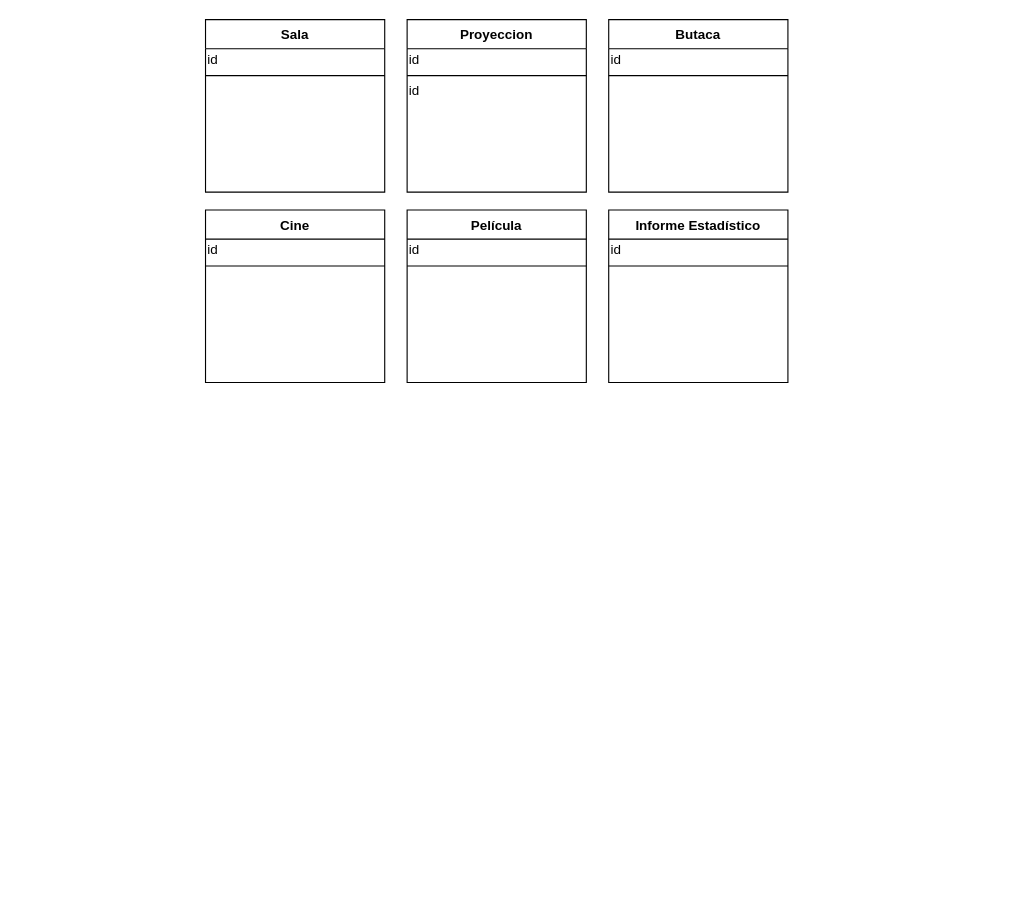
Above: TP3/Diagramas/Clases/DiagramaClases.drawio in mauro7x/aninfo (draw.io), before the change. Source tidied: cells renumbered, new cells numbered last; positions are measured from the earlier drawing's top-left corner, leaving out a move shared by most shapes. Both pictures are drawn from the tidied source at 112%, with x=0, y=0 at pixel (205, 19).
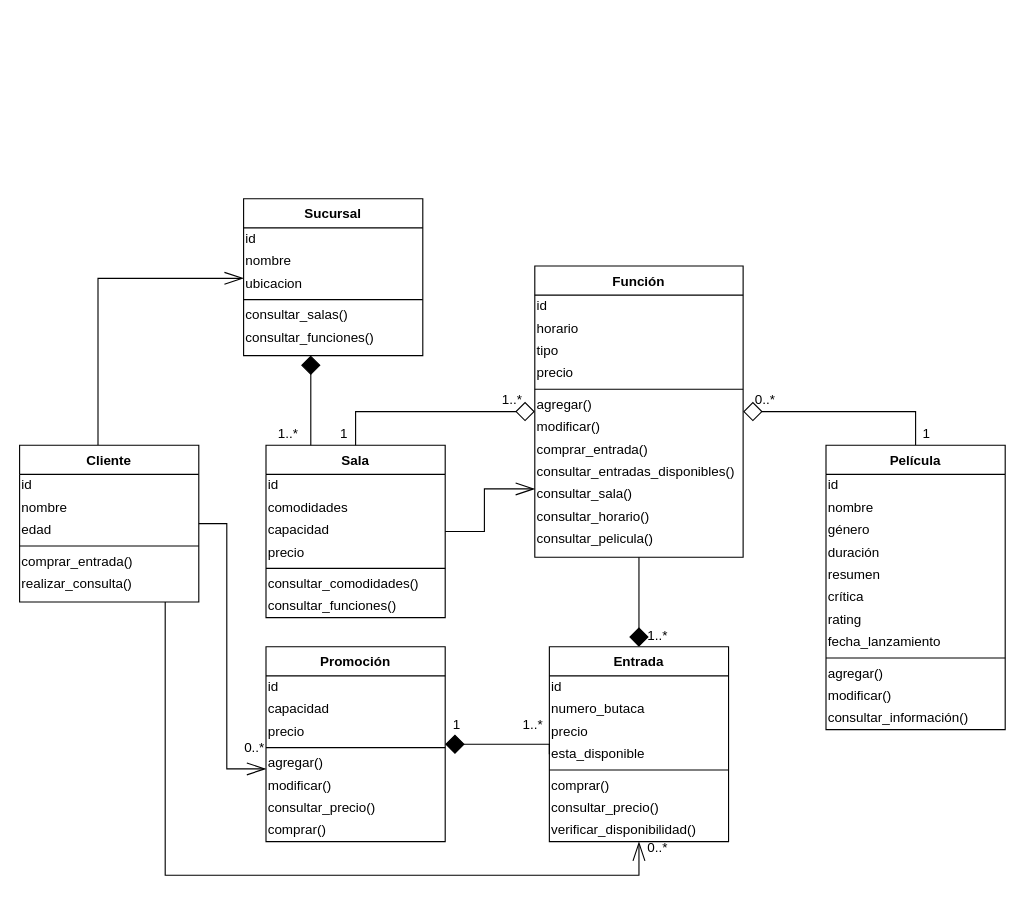
The same page after the edit.

Commit message (it also covers changes not shown here):
adds class diagram

What changed in the source:
```diff
@@
+    <mxCell id="21" style="edgeStyle=orthogonalEdgeStyle;rounded=0;jettySize=auto;html=1;entryX=0;entryY=0.25;entryDx=0;entryDy=0;startArrow=none;startFill=0;startSize=15;endArrow=openThin;endFill=0;endSize=15;" parent="1" edge="1" source="2" target="37">
+      <mxGeometry relative="1" as="geometry" />
+    </mxCell>
     <mxCell id="2" value="Sala" style="swimlane;fontStyle=1;align=center;verticalAlign=top;horizontal=1;startSize=26;rounded=0;shadow=0;strokeWidth=1;" parent="1" vertex="1">
-      <mxGeometry width="160" height="154" as="geometry" />
+      <mxGeometry x="54" y="380" width="160" height="154" as="geometry" />
     </mxCell>
-    <mxCell id="3" value="id" style="text;html=1;strokeColor=none;fillColor=none;align=left;verticalAlign=middle;whiteSpace=wrap;rounded=0;" parent="2" vertex="1">
+    <mxCell id="3" value="id&lt;br&gt;" style="text;html=1;strokeColor=none;fillColor=none;align=left;verticalAlign=middle;whiteSpace=wrap;rounded=0;" parent="2" vertex="1">
       <mxGeometry y="26" width="160" height="20" as="geometry" />
     </mxCell>
+    <mxCell id="22" value="comodidades" style="text;html=1;strokeColor=none;fillColor=none;align=left;verticalAlign=middle;whiteSpace=wrap;rounded=0;" parent="2" vertex="1">
+      <mxGeometry y="46" width="160" height="20" as="geometry" />
+    </mxCell>
+    <mxCell id="23" value="capacidad" style="text;html=1;strokeColor=none;fillColor=none;align=left;verticalAlign=middle;whiteSpace=wrap;rounded=0;" parent="2" vertex="1">
+      <mxGeometry y="66" width="160" height="20" as="geometry" />
+    </mxCell>
+    <mxCell id="24" value="precio" style="text;html=1;strokeColor=none;fillColor=none;align=left;verticalAlign=middle;whiteSpace=wrap;rounded=0;" parent="2" vertex="1">
+      <mxGeometry y="86" width="160" height="20" as="geometry" />
+    </mxCell>
     <mxCell id="4" style="line;html=1;strokeWidth=1;align=left;verticalAlign=middle;spacingTop=-1;spacingLeft=3;spacingRight=3;labelPosition=right;" parent="2" vertex="1">
-      <mxGeometry y="46" width="160" height="8" as="geometry" />
+      <mxGeometry y="106" width="160" height="8" as="geometry" />
     </mxCell>
+    <mxCell id="25" value="consultar_comodidades()" style="text;html=1;strokeColor=none;fillColor=none;align=left;verticalAlign=middle;whiteSpace=wrap;rounded=0;" parent="2" vertex="1">
+      <mxGeometry y="114" width="160" height="20" as="geometry" />
+    </mxCell>
+    <mxCell id="26" value="consultar_funciones()" style="text;html=1;strokeColor=none;fillColor=none;align=left;verticalAlign=middle;whiteSpace=wrap;rounded=0;" parent="2" vertex="1">
+      <mxGeometry y="134" width="160" height="20" as="geometry" />
+    </mxCell>
+    <mxCell id="27" style="edgeStyle=orthogonalEdgeStyle;rounded=0;jettySize=auto;html=1;entryX=0.5;entryY=0;entryDx=0;entryDy=0;startArrow=diamond;startFill=0;endArrow=none;endFill=0;endSize=8;startSize=15;" parent="1" edge="1" source="5" target="2">
+      <mxGeometry relative="1" as="geometry" />
+    </mxCell>
+    <mxCell id="28" style="edgeStyle=orthogonalEdgeStyle;rounded=0;jettySize=auto;html=1;entryX=0.5;entryY=0;entryDx=0;entryDy=0;startArrow=diamond;startFill=0;startSize=15;endArrow=none;endFill=0;endSize=8;" parent="1" edge="1" source="5" target="15">
+      <mxGeometry relative="1" as="geometry" />
+    </mxCell>
+    <mxCell id="29" style="edgeStyle=orthogonalEdgeStyle;rounded=0;jettySize=auto;html=1;entryX=0.5;entryY=0;entryDx=0;entryDy=0;startArrow=none;startFill=0;startSize=15;endArrow=diamond;endFill=1;endSize=15;" parent="1" edge="1" source="5" target="9">
+      <mxGeometry relative="1" as="geometry" />
+    </mxCell>
-    <mxCell id="5" value="Proyeccion" style="swimlane;fontStyle=1;align=center;verticalAlign=top;horizontal=1;startSize=26;rounded=0;shadow=0;strokeWidth=1;" parent="1" vertex="1">
-      <mxGeometry x="180" width="160" height="154" as="geometry" />
+    <mxCell id="5" value="Función" style="swimlane;fontStyle=1;align=center;verticalAlign=top;horizontal=1;startSize=26;rounded=0;shadow=0;strokeWidth=1;" parent="1" vertex="1">
+      <mxGeometry x="294" y="220" width="186" height="260" as="geometry" />
     </mxCell>
     <mxCell id="6" value="id" style="text;html=1;strokeColor=none;fillColor=none;align=left;verticalAlign=middle;whiteSpace=wrap;rounded=0;" parent="5" vertex="1">
-      <mxGeometry y="26" width="160" height="20" as="geometry" />
+      <mxGeometry y="26" width="186" height="20" as="geometry" />
     </mxCell>
+    <mxCell id="30" value="horario" style="text;html=1;strokeColor=none;fillColor=none;align=left;verticalAlign=middle;whiteSpace=wrap;rounded=0;" parent="5" vertex="1">
+      <mxGeometry y="46" width="186" height="20" as="geometry" />
+    </mxCell>
+    <mxCell id="31" value="tipo" style="text;html=1;strokeColor=none;fillColor=none;align=left;verticalAlign=middle;whiteSpace=wrap;rounded=0;" parent="5" vertex="1">
+      <mxGeometry y="66" width="186" height="20" as="geometry" />
+    </mxCell>
+    <mxCell id="32" value="precio" style="text;html=1;strokeColor=none;fillColor=none;align=left;verticalAlign=middle;whiteSpace=wrap;rounded=0;" parent="5" vertex="1">
+      <mxGeometry y="86" width="186" height="20" as="geometry" />
+    </mxCell>
     <mxCell id="7" style="line;html=1;strokeWidth=1;align=left;verticalAlign=middle;spacingTop=-1;spacingLeft=3;spacingRight=3;labelPosition=right;" parent="5" vertex="1">
-      <mxGeometry y="46" width="160" height="8" as="geometry" />
+      <mxGeometry y="106" width="186" height="8" as="geometry" />
     </mxCell>
-    <mxCell id="8" value="id" style="text;html=1;strokeColor=none;fillColor=none;align=left;verticalAlign=middle;whiteSpace=wrap;rounded=0;" parent="5" vertex="1">
-      <mxGeometry y="54" width="160" height="20" as="geometry" />
-    </mxCell>
+    <mxCell id="33" value="agregar()" style="text;html=1;strokeColor=none;fillColor=none;align=left;verticalAlign=middle;whiteSpace=wrap;rounded=0;" parent="5" vertex="1">
+      <mxGeometry y="114" width="186" height="20" as="geometry" />
+    </mxCell>
+    <mxCell id="34" value="modificar()" style="text;html=1;strokeColor=none;fillColor=none;align=left;verticalAlign=middle;whiteSpace=wrap;rounded=0;" parent="5" vertex="1">
+      <mxGeometry y="134" width="186" height="20" as="geometry" />
+    </mxCell>
+    <mxCell id="35" value="comprar_entrada()" style="text;html=1;strokeColor=none;fillColor=none;align=left;verticalAlign=middle;whiteSpace=wrap;rounded=0;" parent="5" vertex="1">
+      <mxGeometry y="154" width="186" height="20" as="geometry" />
+    </mxCell>
+    <mxCell id="36" value="consultar_entradas_disponibles()" style="text;html=1;strokeColor=none;fillColor=none;align=left;verticalAlign=middle;whiteSpace=wrap;rounded=0;" parent="5" vertex="1">
+      <mxGeometry y="174" width="186" height="20" as="geometry" />
+    </mxCell>
+    <mxCell id="37" value="consultar_sala()" style="text;html=1;strokeColor=none;fillColor=none;align=left;verticalAlign=middle;whiteSpace=wrap;rounded=0;" parent="5" vertex="1">
+      <mxGeometry y="194" width="186" height="20" as="geometry" />
+    </mxCell>
+    <mxCell id="38" value="consultar_horario()" style="text;html=1;strokeColor=none;fillColor=none;align=left;verticalAlign=middle;whiteSpace=wrap;rounded=0;" parent="5" vertex="1">
+      <mxGeometry y="214" width="186" height="20" as="geometry" />
+    </mxCell>
+    <mxCell id="39" value="consultar_pelicula()" style="text;html=1;strokeColor=none;fillColor=none;align=left;verticalAlign=middle;whiteSpace=wrap;rounded=0;" parent="5" vertex="1">
+      <mxGeometry y="234" width="186" height="20" as="geometry" />
+    </mxCell>
-    <mxCell id="9" value="Butaca" style="swimlane;fontStyle=1;align=center;verticalAlign=top;horizontal=1;startSize=26;rounded=0;shadow=0;strokeWidth=1;" parent="1" vertex="1">
-      <mxGeometry x="360" width="160" height="154" as="geometry" />
+    <mxCell id="9" value="Entrada" style="swimlane;fontStyle=1;align=center;verticalAlign=top;horizontal=1;startSize=26;rounded=0;shadow=0;strokeWidth=1;" parent="1" vertex="1">
+      <mxGeometry x="307" y="560" width="160" height="174" as="geometry" />
     </mxCell>
@@
+    <mxCell id="40" value="numero_butaca" style="text;html=1;strokeColor=none;fillColor=none;align=left;verticalAlign=middle;whiteSpace=wrap;rounded=0;" parent="9" vertex="1">
+      <mxGeometry y="46" width="160" height="20" as="geometry" />
+    </mxCell>
+    <mxCell id="41" value="precio" style="text;html=1;strokeColor=none;fillColor=none;align=left;verticalAlign=middle;whiteSpace=wrap;rounded=0;" parent="9" vertex="1">
+      <mxGeometry y="66" width="160" height="20" as="geometry" />
+    </mxCell>
+    <mxCell id="42" value="esta_disponible" style="text;html=1;strokeColor=none;fillColor=none;align=left;verticalAlign=middle;whiteSpace=wrap;rounded=0;" parent="9" vertex="1">
+      <mxGeometry y="86" width="160" height="20" as="geometry" />
+    </mxCell>
     <mxCell id="11" style="line;html=1;strokeWidth=1;align=left;verticalAlign=middle;spacingTop=-1;spacingLeft=3;spacingRight=3;labelPosition=right;" parent="9" vertex="1">
-      <mxGeometry y="46" width="160" height="8" as="geometry" />
+      <mxGeometry y="106" width="160" height="8" as="geometry" />
     </mxCell>
+    <mxCell id="43" value="comprar()" style="text;html=1;strokeColor=none;fillColor=none;align=left;verticalAlign=middle;whiteSpace=wrap;rounded=0;" parent="9" vertex="1">
+      <mxGeometry y="114" width="160" height="20" as="geometry" />
+    </mxCell>
+    <mxCell id="44" value="consultar_precio()" style="text;html=1;strokeColor=none;fillColor=none;align=left;verticalAlign=middle;whiteSpace=wrap;rounded=0;" parent="9" vertex="1">
+      <mxGeometry y="134" width="160" height="20" as="geometry" />
+    </mxCell>
+    <mxCell id="45" value="verificar_disponibilidad()" style="text;html=1;strokeColor=none;fillColor=none;align=left;verticalAlign=middle;whiteSpace=wrap;rounded=0;" parent="9" vertex="1">
+      <mxGeometry y="154" width="160" height="20" as="geometry" />
+    </mxCell>
+    <mxCell id="46" style="edgeStyle=orthogonalEdgeStyle;rounded=0;jettySize=auto;html=1;entryX=0.25;entryY=0;entryDx=0;entryDy=0;startArrow=diamond;startFill=1;startSize=15;endArrow=none;endFill=0;endSize=8;" parent="1" edge="1" source="12" target="2">
+      <mxGeometry relative="1" as="geometry">
+        <Array as="points">
+          <mxPoint x="94" y="310" />
+          <mxPoint x="94" y="310" />
+        </Array>
+      </mxGeometry>
+    </mxCell>
-    <mxCell id="12" value="Cine" style="swimlane;fontStyle=1;align=center;verticalAlign=top;horizontal=1;startSize=26;rounded=0;shadow=0;strokeWidth=1;" parent="1" vertex="1">
-      <mxGeometry y="170" width="160" height="154" as="geometry" />
+    <mxCell id="12" value="Sucursal" style="swimlane;fontStyle=1;align=center;verticalAlign=top;horizontal=1;startSize=26;rounded=0;shadow=0;strokeWidth=1;" parent="1" vertex="1">
+      <mxGeometry x="34" y="160" width="160" height="140" as="geometry" />
     </mxCell>
@@
+    <mxCell id="47" value="nombre" style="text;html=1;strokeColor=none;fillColor=none;align=left;verticalAlign=middle;whiteSpace=wrap;rounded=0;" parent="12" vertex="1">
+      <mxGeometry y="46" width="160" height="20" as="geometry" />
+    </mxCell>
+    <mxCell id="48" value="ubicacion" style="text;html=1;strokeColor=none;fillColor=none;align=left;verticalAlign=middle;whiteSpace=wrap;rounded=0;" parent="12" vertex="1">
+      <mxGeometry y="66" width="160" height="20" as="geometry" />
+    </mxCell>
     <mxCell id="14" style="line;html=1;strokeWidth=1;align=left;verticalAlign=middle;spacingTop=-1;spacingLeft=3;spacingRight=3;labelPosition=right;" parent="12" vertex="1">
-      <mxGeometry y="46" width="160" height="8" as="geometry" />
+      <mxGeometry y="86" width="160" height="8" as="geometry" />
     </mxCell>
+    <mxCell id="49" value="consultar_salas()" style="text;html=1;strokeColor=none;fillColor=none;align=left;verticalAlign=middle;whiteSpace=wrap;rounded=0;" parent="12" vertex="1">
+      <mxGeometry y="94" width="160" height="20" as="geometry" />
+    </mxCell>
+    <mxCell id="50" value="consultar_funciones()" style="text;html=1;strokeColor=none;fillColor=none;align=left;verticalAlign=middle;whiteSpace=wrap;rounded=0;" parent="12" vertex="1">
+      <mxGeometry y="114" width="160" height="20" as="geometry" />
+    </mxCell>
     <mxCell id="15" value="Película" style="swimlane;fontStyle=1;align=center;verticalAlign=top;horizontal=1;startSize=26;rounded=0;shadow=0;strokeWidth=1;" parent="1" vertex="1">
-      <mxGeometry x="180" y="170" width="160" height="154" as="geometry" />
+      <mxGeometry x="554" y="380" width="160" height="254" as="geometry" />
     </mxCell>
@@
+    <mxCell id="51" value="nombre" style="text;html=1;strokeColor=none;fillColor=none;align=left;verticalAlign=middle;whiteSpace=wrap;rounded=0;" parent="15" vertex="1">
+      <mxGeometry y="46" width="160" height="20" as="geometry" />
+    </mxCell>
+    <mxCell id="52" value="género" style="text;html=1;strokeColor=none;fillColor=none;align=left;verticalAlign=middle;whiteSpace=wrap;rounded=0;" parent="15" vertex="1">
+      <mxGeometry y="66" width="160" height="20" as="geometry" />
+    </mxCell>
+    <mxCell id="53" value="duración" style="text;html=1;strokeColor=none;fillColor=none;align=left;verticalAlign=middle;whiteSpace=wrap;rounded=0;" parent="15" vertex="1">
+      <mxGeometry y="86" width="160" height="20" as="geometry" />
+    </mxCell>
+    <mxCell id="54" value="resumen" style="text;html=1;strokeColor=none;fillColor=none;align=left;verticalAlign=middle;whiteSpace=wrap;rounded=0;" parent="15" vertex="1">
+      <mxGeometry y="106" width="160" height="20" as="geometry" />
+    </mxCell>
+    <mxCell id="55" value="crítica" style="text;html=1;strokeColor=none;fillColor=none;align=left;verticalAlign=middle;whiteSpace=wrap;rounded=0;" parent="15" vertex="1">
+      <mxGeometry y="126" width="160" height="20" as="geometry" />
+    </mxCell>
+    <mxCell id="56" value="rating" style="text;html=1;strokeColor=none;fillColor=none;align=left;verticalAlign=middle;whiteSpace=wrap;rounded=0;" parent="15" vertex="1">
+      <mxGeometry y="146" width="160" height="20" as="geometry" />
+    </mxCell>
+    <mxCell id="57" value="fecha_lanzamiento" style="text;html=1;strokeColor=none;fillColor=none;align=left;verticalAlign=middle;whiteSpace=wrap;rounded=0;" parent="15" vertex="1">
+      <mxGeometry y="166" width="160" height="20" as="geometry" />
+    </mxCell>
     <mxCell id="17" style="line;html=1;strokeWidth=1;align=left;verticalAlign=middle;spacingTop=-1;spacingLeft=3;spacingRight=3;labelPosition=right;" parent="15" vertex="1">
-      <mxGeometry y="46" width="160" height="8" as="geometry" />
+      <mxGeometry y="186" width="160" height="8" as="geometry" />
     </mxCell>
-    <mxCell id="18" value="Informe Estadístico" style="swimlane;fontStyle=1;align=center;verticalAlign=top;horizontal=1;startSize=26;rounded=0;shadow=0;strokeWidth=1;" parent="1" vertex="1">
-      <mxGeometry x="360" y="170" width="160" height="154" as="geometry" />
-    </mxCell>
+    <mxCell id="58" value="agregar()" style="text;html=1;strokeColor=none;fillColor=none;align=left;verticalAlign=middle;whiteSpace=wrap;rounded=0;" parent="15" vertex="1">
+      <mxGeometry y="194" width="160" height="20" as="geometry" />
+    </mxCell>
+    <mxCell id="59" value="modificar()" style="text;html=1;strokeColor=none;fillColor=none;align=left;verticalAlign=middle;whiteSpace=wrap;rounded=0;" parent="15" vertex="1">
+      <mxGeometry y="214" width="160" height="20" as="geometry" />
+    </mxCell>
+    <mxCell id="60" value="consultar_información()" style="text;html=1;strokeColor=none;fillColor=none;align=left;verticalAlign=middle;whiteSpace=wrap;rounded=0;" parent="15" vertex="1">
+      <mxGeometry y="234" width="160" height="20" as="geometry" />
+    </mxCell>
+    <mxCell id="61" style="edgeStyle=orthogonalEdgeStyle;rounded=0;jettySize=auto;html=1;entryX=0;entryY=0.75;entryDx=0;entryDy=0;startArrow=none;startFill=0;startSize=15;endArrow=openThin;endFill=0;endSize=15;" parent="1" edge="1" source="64" target="75">
+      <mxGeometry relative="1" as="geometry" />
+    </mxCell>
+    <mxCell id="62" style="edgeStyle=orthogonalEdgeStyle;rounded=0;jettySize=auto;html=1;entryX=0.5;entryY=1;entryDx=0;entryDy=0;startArrow=none;startFill=0;startSize=15;endArrow=openThin;endFill=0;endSize=15;" parent="1" edge="1" source="64" target="45">
+      <mxGeometry relative="1" as="geometry">
+        <Array as="points">
+          <mxPoint x="-36" y="764" />
+          <mxPoint x="387" y="764" />
+        </Array>
+      </mxGeometry>
+    </mxCell>
+    <mxCell id="63" style="edgeStyle=orthogonalEdgeStyle;rounded=0;jettySize=auto;html=1;entryX=0;entryY=0.25;entryDx=0;entryDy=0;startArrow=none;startFill=0;startSize=15;endArrow=openThin;endFill=0;endSize=15;" parent="1" edge="1" source="64" target="48">
+      <mxGeometry relative="1" as="geometry">
+        <Array as="points">
+          <mxPoint x="-96" y="231" />
+        </Array>
+      </mxGeometry>
+    </mxCell>
+    <mxCell id="64" value="Cliente" style="swimlane;fontStyle=1;align=center;verticalAlign=top;horizontal=1;startSize=26;rounded=0;shadow=0;strokeWidth=1;" parent="1" vertex="1">
+      <mxGeometry x="-166" y="380" width="160" height="140" as="geometry" />
+    </mxCell>
-    <mxCell id="19" value="id" style="text;html=1;strokeColor=none;fillColor=none;align=left;verticalAlign=middle;whiteSpace=wrap;rounded=0;" parent="18" vertex="1">
+    <mxCell id="19" value="id" style="text;html=1;strokeColor=none;fillColor=none;align=left;verticalAlign=middle;whiteSpace=wrap;rounded=0;" parent="64" vertex="1">
       <mxGeometry y="26" width="160" height="20" as="geometry" />
     </mxCell>
-    <mxCell id="20" style="line;html=1;strokeWidth=1;align=left;verticalAlign=middle;spacingTop=-1;spacingLeft=3;spacingRight=3;labelPosition=right;" parent="18" vertex="1">
-      <mxGeometry y="46" width="160" height="8" as="geometry" />
-    </mxCell>
+    <mxCell id="65" value="nombre" style="text;html=1;strokeColor=none;fillColor=none;align=left;verticalAlign=middle;whiteSpace=wrap;rounded=0;" parent="64" vertex="1">
+      <mxGeometry y="46" width="160" height="20" as="geometry" />
+    </mxCell>
+    <mxCell id="66" value="edad" style="text;html=1;strokeColor=none;fillColor=none;align=left;verticalAlign=middle;whiteSpace=wrap;rounded=0;" parent="64" vertex="1">
+      <mxGeometry y="66" width="160" height="20" as="geometry" />
+    </mxCell>
+    <mxCell id="67" style="line;html=1;strokeWidth=1;align=left;verticalAlign=middle;spacingTop=-1;spacingLeft=3;spacingRight=3;labelPosition=right;" parent="64" vertex="1">
+      <mxGeometry y="86" width="160" height="8" as="geometry" />
+    </mxCell>
+    <mxCell id="68" value="comprar_entrada()" style="text;html=1;strokeColor=none;fillColor=none;align=left;verticalAlign=middle;whiteSpace=wrap;rounded=0;" parent="64" vertex="1">
+      <mxGeometry y="94" width="160" height="20" as="geometry" />
+    </mxCell>
+    <mxCell id="69" value="realizar_consulta()" style="text;html=1;strokeColor=none;fillColor=none;align=left;verticalAlign=middle;whiteSpace=wrap;rounded=0;" parent="64" vertex="1">
+      <mxGeometry y="114" width="160" height="20" as="geometry" />
+    </mxCell>
+    <mxCell id="70" style="edgeStyle=orthogonalEdgeStyle;rounded=0;jettySize=auto;html=1;entryX=0;entryY=0.5;entryDx=0;entryDy=0;startArrow=diamond;startFill=1;startSize=15;endArrow=none;endFill=0;endSize=8;" parent="1" edge="1" source="71" target="42">
+      <mxGeometry relative="1" as="geometry">
+        <Array as="points">
+          <mxPoint x="307" y="647" />
+        </Array>
+      </mxGeometry>
+    </mxCell>
+    <mxCell id="71" value="Promoción" style="swimlane;fontStyle=1;align=center;verticalAlign=top;horizontal=1;startSize=26;rounded=0;shadow=0;strokeWidth=1;" parent="1" vertex="1">
+      <mxGeometry x="54" y="560" width="160" height="174" as="geometry" />
+    </mxCell>
+    <mxCell id="8" value="id&lt;br&gt;" style="text;html=1;strokeColor=none;fillColor=none;align=left;verticalAlign=middle;whiteSpace=wrap;rounded=0;" parent="71" vertex="1">
+      <mxGeometry y="26" width="160" height="20" as="geometry" />
+    </mxCell>
+    <mxCell id="72" value="capacidad" style="text;html=1;strokeColor=none;fillColor=none;align=left;verticalAlign=middle;whiteSpace=wrap;rounded=0;" parent="71" vertex="1">
+      <mxGeometry y="46" width="160" height="20" as="geometry" />
+    </mxCell>
+    <mxCell id="73" value="precio" style="text;html=1;strokeColor=none;fillColor=none;align=left;verticalAlign=middle;whiteSpace=wrap;rounded=0;" parent="71" vertex="1">
+      <mxGeometry y="66" width="160" height="20" as="geometry" />
+    </mxCell>
+    <mxCell id="74" style="line;html=1;strokeWidth=1;align=left;verticalAlign=middle;spacingTop=-1;spacingLeft=3;spacingRight=3;labelPosition=right;" parent="71" vertex="1">
+      <mxGeometry y="86" width="160" height="8" as="geometry" />
+    </mxCell>
+    <mxCell id="75" value="agregar()" style="text;html=1;strokeColor=none;fillColor=none;align=left;verticalAlign=middle;whiteSpace=wrap;rounded=0;" parent="71" vertex="1">
+      <mxGeometry y="94" width="160" height="20" as="geometry" />
+    </mxCell>
+    <mxCell id="76" value="modificar()" style="text;html=1;strokeColor=none;fillColor=none;align=left;verticalAlign=middle;whiteSpace=wrap;rounded=0;" parent="71" vertex="1">
+      <mxGeometry y="114" width="160" height="20" as="geometry" />
+    </mxCell>
+    <mxCell id="77" value="consultar_precio()" style="text;html=1;strokeColor=none;fillColor=none;align=left;verticalAlign=middle;whiteSpace=wrap;rounded=0;" parent="71" vertex="1">
+      <mxGeometry y="134" width="160" height="20" as="geometry" />
+    </mxCell>
+    <mxCell id="78" value="comprar()" style="text;html=1;strokeColor=none;fillColor=none;align=left;verticalAlign=middle;whiteSpace=wrap;rounded=0;" parent="71" vertex="1">
+      <mxGeometry y="154" width="160" height="20" as="geometry" />
+    </mxCell>
+    <mxCell id="79" value="1" style="text;html=1;strokeColor=none;fillColor=none;align=center;verticalAlign=middle;whiteSpace=wrap;rounded=0;" parent="1" vertex="1">
+      <mxGeometry x="104" y="360" width="40" height="20" as="geometry" />
+    </mxCell>
+    <mxCell id="80" value="1..*" style="text;html=1;strokeColor=none;fillColor=none;align=center;verticalAlign=middle;whiteSpace=wrap;rounded=0;" parent="1" vertex="1">
+      <mxGeometry x="254" y="330" width="40" height="20" as="geometry" />
+    </mxCell>
+    <mxCell id="81" value="1" style="text;html=1;strokeColor=none;fillColor=none;align=center;verticalAlign=middle;whiteSpace=wrap;rounded=0;" parent="1" vertex="1">
+      <mxGeometry x="624" y="360" width="40" height="20" as="geometry" />
+    </mxCell>
+    <mxCell id="82" value="0..*" style="text;html=1;strokeColor=none;fillColor=none;align=center;verticalAlign=middle;whiteSpace=wrap;rounded=0;" parent="1" vertex="1">
+      <mxGeometry x="480" y="330" width="40" height="20" as="geometry" />
+    </mxCell>
+    <mxCell id="83" value="1..*" style="text;html=1;strokeColor=none;fillColor=none;align=center;verticalAlign=middle;whiteSpace=wrap;rounded=0;" parent="1" vertex="1">
+      <mxGeometry x="384" y="540" width="40" height="20" as="geometry" />
+    </mxCell>
+    <mxCell id="84" value="1..*" style="text;html=1;align=center;verticalAlign=middle;" parent="1" vertex="1">
+      <mxGeometry x="277" y="620" width="30" height="20" as="geometry" />
+    </mxCell>
+    <mxCell id="85" value="1" style="text;html=1;align=center;verticalAlign=middle;" parent="1" vertex="1">
+      <mxGeometry x="214" y="620" width="20" height="20" as="geometry" />
+    </mxCell>
+    <mxCell id="86" value="1..*" style="text;html=1;strokeColor=none;fillColor=none;align=center;verticalAlign=middle;whiteSpace=wrap;rounded=0;" parent="1" vertex="1">
+      <mxGeometry x="54" y="360" width="40" height="20" as="geometry" />
+    </mxCell>
+    <mxCell id="87" value="0..*" style="text;html=1;strokeColor=none;fillColor=none;align=center;verticalAlign=middle;whiteSpace=wrap;rounded=0;" parent="1" vertex="1">
+      <mxGeometry x="384" y="730" width="40" height="20" as="geometry" />
+    </mxCell>
+    <mxCell id="88" value="0..*" style="text;html=1;strokeColor=none;fillColor=none;align=center;verticalAlign=middle;whiteSpace=wrap;rounded=0;" parent="1" vertex="1">
+      <mxGeometry x="24" y="640" width="40" height="20" as="geometry" />
+    </mxCell>
```
